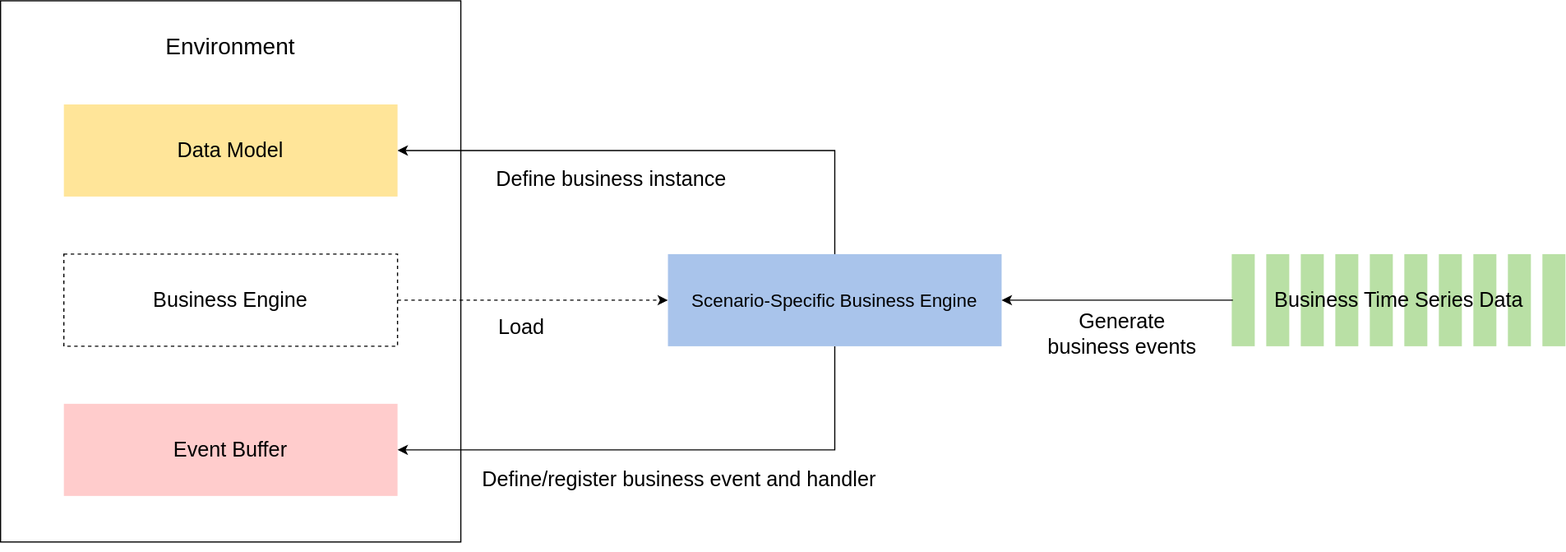
Above: docs/source/images/simulator/business_engine.svg in microsoft/maro (draw.io), before the change. Source tidied: cells renumbered, new cells last; positions are measured from the earlier drawing's top-left corner, leaving out a move shared by most shapes.
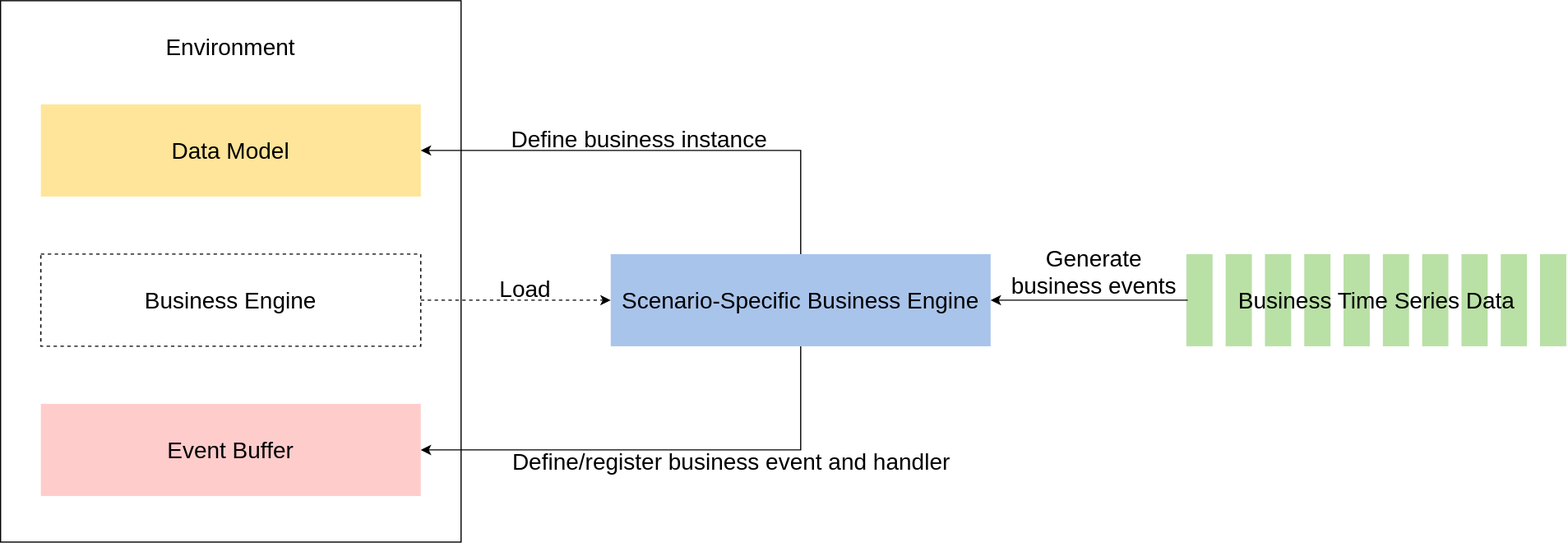
After the commit.

What changed in the source:
```diff
@@ -2,89 +2,89 @@
   <root>
     <mxCell id="0" />
     <mxCell id="1" parent="0" />
-    <mxCell id="2" style="group;" parent="1" vertex="1">
+    <mxCell id="2" style="group;fontSize=20;" parent="1" vertex="1">
       <mxGeometry width="1360" height="470" as="geometry" />
     </mxCell>
-    <mxCell id="3" style="rounded=0;whiteSpace=wrap;html=1;strokeColor=#000000;fontColor=#333333;strokeWidth=1;fontSize=18;fillColor=none;" parent="2" vertex="1">
+    <mxCell id="3" style="rounded=0;whiteSpace=wrap;html=1;strokeColor=#000000;fontColor=#333333;strokeWidth=1;fontSize=20;fillColor=none;" parent="2" vertex="1">
       <mxGeometry width="400" height="470" as="geometry" />
     </mxCell>
-    <mxCell id="4" value="&lt;font color=&quot;#000000&quot;&gt;Data Model&lt;/font&gt;" style="rounded=0;whiteSpace=wrap;html=1;fontSize=18;strokeWidth=1;fontColor=#ffffff;strokeColor=none;fillColor=#FFE599;" parent="2" vertex="1">
-      <mxGeometry x="55" y="90" width="290" height="80" as="geometry" />
+    <mxCell id="4" value="&lt;font color=&quot;#000000&quot; style=&quot;font-size: 20px;&quot;&gt;Data Model&lt;/font&gt;" style="rounded=0;whiteSpace=wrap;html=1;fontSize=20;strokeWidth=1;fontColor=#ffffff;strokeColor=none;fillColor=#FFE599;" parent="2" vertex="1">
+      <mxGeometry x="35" y="90" width="330" height="80" as="geometry" />
     </mxCell>
-    <mxCell id="5" value="Event Buffer" style="rounded=0;whiteSpace=wrap;html=1;fontSize=18;strokeWidth=1;strokeColor=none;fillColor=#FFCCCC;" parent="2" vertex="1">
-      <mxGeometry x="55" y="350" width="290" height="80" as="geometry" />
+    <mxCell id="5" value="Event Buffer" style="rounded=0;whiteSpace=wrap;html=1;fontSize=20;strokeWidth=1;strokeColor=none;fillColor=#FFCCCC;" parent="2" vertex="1">
+      <mxGeometry x="35" y="350" width="330" height="80" as="geometry" />
     </mxCell>
-    <mxCell id="6" value="&lt;font style=&quot;font-size: 20px&quot;&gt;Environment&lt;/font&gt;" style="text;html=1;strokeColor=none;fillColor=none;align=center;verticalAlign=middle;whiteSpace=wrap;rounded=0;fontSize=18;strokeWidth=1;" parent="2" vertex="1">
+    <mxCell id="6" value="&lt;font style=&quot;font-size: 20px;&quot;&gt;Environment&lt;/font&gt;" style="text;html=1;strokeColor=none;fillColor=none;align=center;verticalAlign=middle;whiteSpace=wrap;rounded=0;fontSize=20;strokeWidth=1;" parent="2" vertex="1">
       <mxGeometry x="126.2" y="30" width="147.5" height="20" as="geometry" />
     </mxCell>
-    <mxCell id="7" style="edgeStyle=orthogonalEdgeStyle;rounded=0;orthogonalLoop=1;jettySize=auto;html=1;exitX=0.5;exitY=1;exitDx=0;exitDy=0;fontSize=18;strokeWidth=1;" parent="2" edge="1" source="3" target="3">
+    <mxCell id="7" style="edgeStyle=orthogonalEdgeStyle;rounded=0;orthogonalLoop=1;jettySize=auto;html=1;exitX=0.5;exitY=1;exitDx=0;exitDy=0;fontSize=20;strokeWidth=1;" parent="2" edge="1" source="3" target="3">
       <mxGeometry relative="1" as="geometry" />
     </mxCell>
-    <mxCell id="8" value="Business Engine" style="rounded=0;whiteSpace=wrap;html=1;fontSize=18;dashed=1;fillColor=none;strokeWidth=1;" parent="2" vertex="1">
-      <mxGeometry x="55" y="220" width="290" height="80" as="geometry" />
+    <mxCell id="8" value="Business Engine" style="rounded=0;whiteSpace=wrap;html=1;fontSize=20;dashed=1;fillColor=none;strokeWidth=1;" parent="2" vertex="1">
+      <mxGeometry x="35" y="220" width="330" height="80" as="geometry" />
     </mxCell>
-    <mxCell id="9" style="edgeStyle=orthogonalEdgeStyle;rounded=0;jettySize=auto;html=1;exitX=0.5;exitY=0;exitDx=0;exitDy=0;entryX=1;entryY=0.5;entryDx=0;entryDy=0;strokeWidth=1;fontSize=18;" parent="2" edge="1" source="11" target="4">
+    <mxCell id="9" style="edgeStyle=orthogonalEdgeStyle;rounded=0;jettySize=auto;html=1;exitX=0.5;exitY=0;exitDx=0;exitDy=0;entryX=1;entryY=0.5;entryDx=0;entryDy=0;strokeWidth=1;fontSize=20;" parent="2" edge="1" source="11" target="4">
       <mxGeometry relative="1" as="geometry" />
     </mxCell>
-    <mxCell id="10" style="edgeStyle=orthogonalEdgeStyle;rounded=0;jettySize=auto;html=1;entryX=1;entryY=0.5;entryDx=0;entryDy=0;strokeWidth=1;fontSize=18;exitX=0.5;exitY=1;exitDx=0;exitDy=0;" parent="2" edge="1" source="11" target="5">
+    <mxCell id="10" style="edgeStyle=orthogonalEdgeStyle;rounded=0;jettySize=auto;html=1;entryX=1;entryY=0.5;entryDx=0;entryDy=0;strokeWidth=1;fontSize=20;exitX=0.5;exitY=1;exitDx=0;exitDy=0;" parent="2" edge="1" source="11" target="5">
       <mxGeometry relative="1" as="geometry" />
     </mxCell>
-    <mxCell id="11" value="Scenario-Specific Business Engine" style="rounded=0;whiteSpace=wrap;html=1;fontSize=16;strokeWidth=1;strokeColor=none;fillColor=#A9C4EB;" parent="2" vertex="1">
-      <mxGeometry x="580" y="220" width="290" height="80" as="geometry" />
+    <mxCell id="11" value="Scenario-Specific Business Engine" style="rounded=0;whiteSpace=wrap;html=1;fontSize=20;strokeWidth=1;strokeColor=none;fillColor=#A9C4EB;" parent="2" vertex="1">
+      <mxGeometry x="530" y="220" width="330" height="80" as="geometry" />
     </mxCell>
-    <mxCell id="12" style="edgeStyle=orthogonalEdgeStyle;rounded=0;jettySize=auto;html=1;entryX=0;entryY=0.5;entryDx=0;entryDy=0;strokeWidth=1;fontSize=18;dashed=1;" parent="2" edge="1" source="8" target="11">
+    <mxCell id="12" style="edgeStyle=orthogonalEdgeStyle;rounded=0;jettySize=auto;html=1;entryX=0;entryY=0.5;entryDx=0;entryDy=0;strokeWidth=1;fontSize=20;dashed=1;" parent="2" edge="1" source="8" target="11">
       <mxGeometry relative="1" as="geometry" />
     </mxCell>
-    <mxCell id="13" style="group;" parent="2" vertex="1">
-      <mxGeometry x="1070" y="220" width="290" height="80" as="geometry" />
+    <mxCell id="13" style="group;fontSize=20;" parent="2" vertex="1">
+      <mxGeometry x="1030" y="220" width="330" height="80" as="geometry" />
     </mxCell>
-    <mxCell id="14" style="rounded=0;whiteSpace=wrap;html=1;fontSize=16;strokeWidth=1;gradientDirection=north;glass=0;shadow=0;sketch=0;dashed=1;strokeColor=none;fillColor=#B9E0A5;" parent="13" vertex="1">
-      <mxGeometry width="20" height="80" as="geometry" />
+    <mxCell id="14" style="rounded=0;whiteSpace=wrap;html=1;fontSize=20;strokeWidth=1;gradientDirection=north;glass=0;shadow=0;sketch=0;dashed=1;strokeColor=none;fillColor=#B9E0A5;" parent="13" vertex="1">
+      <mxGeometry width="22.8" height="80" as="geometry" />
     </mxCell>
-    <mxCell id="15" style="rounded=0;whiteSpace=wrap;html=1;fontSize=16;strokeWidth=1;gradientDirection=north;glass=0;shadow=0;sketch=0;dashed=1;strokeColor=none;fillColor=#B9E0A5;" parent="13" vertex="1">
-      <mxGeometry x="30" width="20" height="80" as="geometry" />
+    <mxCell id="15" style="rounded=0;whiteSpace=wrap;html=1;fontSize=20;strokeWidth=1;gradientDirection=north;glass=0;shadow=0;sketch=0;dashed=1;strokeColor=none;fillColor=#B9E0A5;" parent="13" vertex="1">
+      <mxGeometry x="34.1" width="22.8" height="80" as="geometry" />
     </mxCell>
-    <mxCell id="16" style="rounded=0;whiteSpace=wrap;html=1;fontSize=16;strokeWidth=1;gradientDirection=north;glass=0;shadow=0;sketch=0;dashed=1;strokeColor=none;fillColor=#B9E0A5;" parent="13" vertex="1">
-      <mxGeometry x="60" width="20" height="80" as="geometry" />
+    <mxCell id="16" style="rounded=0;whiteSpace=wrap;html=1;fontSize=20;strokeWidth=1;gradientDirection=north;glass=0;shadow=0;sketch=0;dashed=1;strokeColor=none;fillColor=#B9E0A5;" parent="13" vertex="1">
+      <mxGeometry x="68.3" width="22.8" height="80" as="geometry" />
     </mxCell>
-    <mxCell id="17" style="rounded=0;whiteSpace=wrap;html=1;fontSize=16;strokeWidth=1;gradientDirection=north;glass=0;shadow=0;sketch=0;dashed=1;strokeColor=none;fillColor=#B9E0A5;" parent="13" vertex="1">
-      <mxGeometry x="90" width="20" height="80" as="geometry" />
+    <mxCell id="17" style="rounded=0;whiteSpace=wrap;html=1;fontSize=20;strokeWidth=1;gradientDirection=north;glass=0;shadow=0;sketch=0;dashed=1;strokeColor=none;fillColor=#B9E0A5;" parent="13" vertex="1">
+      <mxGeometry x="102.4" width="22.8" height="80" as="geometry" />
     </mxCell>
-    <mxCell id="18" style="rounded=0;whiteSpace=wrap;html=1;fontSize=16;strokeWidth=1;gradientDirection=north;glass=0;shadow=0;sketch=0;dashed=1;strokeColor=none;fillColor=#B9E0A5;" parent="13" vertex="1">
-      <mxGeometry x="120" width="20" height="80" as="geometry" />
+    <mxCell id="18" style="rounded=0;whiteSpace=wrap;html=1;fontSize=20;strokeWidth=1;gradientDirection=north;glass=0;shadow=0;sketch=0;dashed=1;strokeColor=none;fillColor=#B9E0A5;" parent="13" vertex="1">
+      <mxGeometry x="136.6" width="22.8" height="80" as="geometry" />
     </mxCell>
-    <mxCell id="19" style="rounded=0;whiteSpace=wrap;html=1;fontSize=16;strokeWidth=1;gradientDirection=north;glass=0;shadow=0;sketch=0;dashed=1;strokeColor=none;fillColor=#B9E0A5;" parent="13" vertex="1">
-      <mxGeometry x="150" width="20" height="80" as="geometry" />
+    <mxCell id="19" style="rounded=0;whiteSpace=wrap;html=1;fontSize=20;strokeWidth=1;gradientDirection=north;glass=0;shadow=0;sketch=0;dashed=1;strokeColor=none;fillColor=#B9E0A5;" parent="13" vertex="1">
+      <mxGeometry x="170.7" width="22.8" height="80" as="geometry" />
     </mxCell>
-    <mxCell id="20" style="rounded=0;whiteSpace=wrap;html=1;fontSize=16;strokeWidth=1;gradientDirection=north;glass=0;shadow=0;sketch=0;dashed=1;strokeColor=none;fillColor=#B9E0A5;" parent="13" vertex="1">
-      <mxGeometry x="180" width="20" height="80" as="geometry" />
+    <mxCell id="20" style="rounded=0;whiteSpace=wrap;html=1;fontSize=20;strokeWidth=1;gradientDirection=north;glass=0;shadow=0;sketch=0;dashed=1;strokeColor=none;fillColor=#B9E0A5;" parent="13" vertex="1">
+      <mxGeometry x="204.8" width="22.8" height="80" as="geometry" />
     </mxCell>
-    <mxCell id="21" style="rounded=0;whiteSpace=wrap;html=1;fontSize=16;strokeWidth=1;gradientDirection=north;glass=0;shadow=0;sketch=0;dashed=1;strokeColor=none;fillColor=#B9E0A5;" parent="13" vertex="1">
-      <mxGeometry x="210" width="20" height="80" as="geometry" />
+    <mxCell id="21" style="rounded=0;whiteSpace=wrap;html=1;fontSize=20;strokeWidth=1;gradientDirection=north;glass=0;shadow=0;sketch=0;dashed=1;strokeColor=none;fillColor=#B9E0A5;" parent="13" vertex="1">
+      <mxGeometry x="239" width="22.8" height="80" as="geometry" />
     </mxCell>
-    <mxCell id="22" style="rounded=0;whiteSpace=wrap;html=1;fontSize=16;strokeWidth=1;gradientDirection=north;glass=0;shadow=0;sketch=0;dashed=1;strokeColor=none;fillColor=#B9E0A5;" parent="13" vertex="1">
-      <mxGeometry x="240" width="20" height="80" as="geometry" />
+    <mxCell id="22" style="rounded=0;whiteSpace=wrap;html=1;fontSize=20;strokeWidth=1;gradientDirection=north;glass=0;shadow=0;sketch=0;dashed=1;strokeColor=none;fillColor=#B9E0A5;" parent="13" vertex="1">
+      <mxGeometry x="273.1" width="22.8" height="80" as="geometry" />
     </mxCell>
-    <mxCell id="23" style="rounded=0;whiteSpace=wrap;html=1;fontSize=16;strokeWidth=1;gradientDirection=north;glass=0;shadow=0;sketch=0;dashed=1;strokeColor=none;fillColor=#B9E0A5;" parent="13" vertex="1">
-      <mxGeometry x="270" width="20" height="80" as="geometry" />
+    <mxCell id="23" style="rounded=0;whiteSpace=wrap;html=1;fontSize=20;strokeWidth=1;gradientDirection=north;glass=0;shadow=0;sketch=0;dashed=1;strokeColor=none;fillColor=#B9E0A5;" parent="13" vertex="1">
+      <mxGeometry x="307.2" width="22.8" height="80" as="geometry" />
     </mxCell>
-    <mxCell id="24" value="Business Time Series Data" style="text;html=1;strokeColor=none;fillColor=none;align=center;verticalAlign=middle;whiteSpace=wrap;rounded=0;shadow=0;glass=0;dashed=1;sketch=0;fontSize=18;" parent="13" vertex="1">
-      <mxGeometry x="1" y="20" width="289" height="40" as="geometry" />
+    <mxCell id="24" value="Business Time Series Data" style="text;html=1;strokeColor=none;fillColor=none;align=center;verticalAlign=middle;whiteSpace=wrap;rounded=0;shadow=0;glass=0;dashed=1;sketch=0;fontSize=20;" parent="13" vertex="1">
+      <mxGeometry x="1.1" y="20" width="328.9" height="40" as="geometry" />
     </mxCell>
-    <mxCell id="25" style="edgeStyle=orthogonalEdgeStyle;rounded=0;jettySize=auto;html=1;strokeWidth=1;fontSize=18;" parent="2" edge="1" source="24" target="11">
+    <mxCell id="25" style="edgeStyle=orthogonalEdgeStyle;rounded=0;jettySize=auto;html=1;strokeWidth=1;fontSize=20;" parent="2" edge="1" source="24" target="11">
       <mxGeometry relative="1" as="geometry" />
     </mxCell>
-    <mxCell id="26" value="Generate business events" style="text;html=1;strokeColor=none;fillColor=none;align=center;verticalAlign=middle;whiteSpace=wrap;rounded=0;shadow=0;glass=0;dashed=1;sketch=0;fontSize=18;" parent="2" vertex="1">
-      <mxGeometry x="900" y="270" width="150" height="40" as="geometry" />
+    <mxCell id="26" value="Generate&lt;br&gt;business events" style="text;html=1;strokeColor=none;fillColor=none;align=center;verticalAlign=middle;whiteSpace=wrap;rounded=0;shadow=0;glass=0;dashed=1;sketch=0;fontSize=20;" parent="2" vertex="1">
+      <mxGeometry x="870" y="215" width="160" height="40" as="geometry" />
     </mxCell>
-    <mxCell id="27" value="Define/register business event and handler" style="text;html=1;strokeColor=none;fillColor=none;align=center;verticalAlign=middle;whiteSpace=wrap;rounded=0;shadow=0;glass=0;dashed=1;sketch=0;fontSize=18;" parent="2" vertex="1">
-      <mxGeometry x="410" y="406" width="360" height="20" as="geometry" />
+    <mxCell id="27" value="Define/register business event and handler" style="text;html=1;strokeColor=none;fillColor=none;align=center;verticalAlign=middle;whiteSpace=wrap;rounded=0;shadow=0;glass=0;dashed=1;sketch=0;fontSize=20;" parent="2" vertex="1">
+      <mxGeometry x="440" y="390" width="390" height="20" as="geometry" />
     </mxCell>
-    <mxCell id="28" value="Define business instance" style="text;html=1;strokeColor=none;fillColor=none;align=center;verticalAlign=middle;whiteSpace=wrap;rounded=0;shadow=0;glass=0;dashed=1;sketch=0;fontSize=18;" parent="2" vertex="1">
-      <mxGeometry x="406" y="145" width="250" height="20" as="geometry" />
+    <mxCell id="28" value="Define business instance" style="text;html=1;strokeColor=none;fillColor=none;align=center;verticalAlign=middle;whiteSpace=wrap;rounded=0;shadow=0;glass=0;dashed=1;sketch=0;fontSize=20;" parent="2" vertex="1">
+      <mxGeometry x="430" y="110" width="250" height="20" as="geometry" />
     </mxCell>
-    <mxCell id="29" value="Load" style="text;html=1;strokeColor=none;fillColor=none;align=center;verticalAlign=middle;whiteSpace=wrap;rounded=0;shadow=0;glass=0;dashed=1;sketch=0;fontSize=18;" parent="2" vertex="1">
-      <mxGeometry x="403" y="274" width="100" height="20" as="geometry" />
+    <mxCell id="29" value="Load" style="text;html=1;strokeColor=none;fillColor=none;align=center;verticalAlign=middle;whiteSpace=wrap;rounded=0;shadow=0;glass=0;dashed=1;sketch=0;fontSize=20;" parent="2" vertex="1">
+      <mxGeometry x="406" y="240" width="100" height="20" as="geometry" />
     </mxCell>
   </root>
 </mxGraphModel>
```
